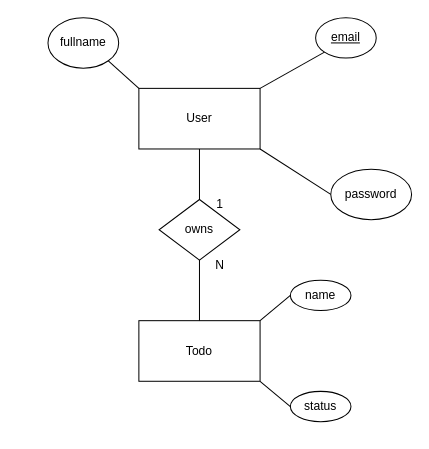
The draw.io diagram db_design.drawio in nijat-akhundzada/papudo, before the edit. Source tidied: cells renumbered, new cells numbered last; positions are measured from the earlier drawing's top-left corner, leaving out a move shared by most shapes. Both pictures are drawn from the tidied source at 101%, with x=0, y=0 at pixel (47, 17).
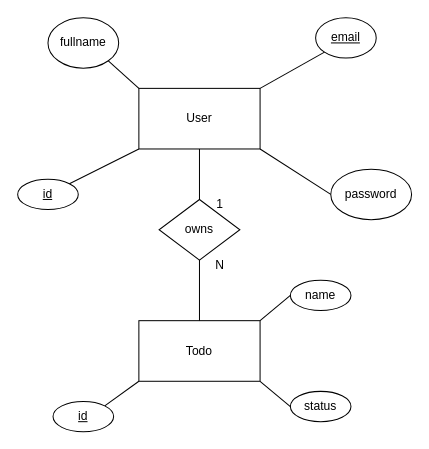
The same diagram, later.

Unchanged cells that the change refers to:
```xml
<mxCell id="2" value="User" style="rounded=0;whiteSpace=wrap;html=1;" parent="1" vertex="1">
  <mxGeometry x="90" y="70" width="120" height="60" as="geometry" />
</mxCell>
<mxCell id="9" value="Todo" style="whiteSpace=wrap;html=1;" parent="1" vertex="1">
  <mxGeometry x="90" y="300" width="120" height="60" as="geometry" />
</mxCell>
```

The edit, as a diff of the source:
```diff
@@
+    <mxCell id="19" value="&lt;u&gt;id&lt;/u&gt;" style="ellipse;whiteSpace=wrap;html=1;" parent="1" vertex="1">
+      <mxGeometry x="5" y="380" width="60" height="30" as="geometry" />
+    </mxCell>
+    <mxCell id="20" style="endArrow=none;html=1;exitX=0;exitY=1;exitDx=0;exitDy=0;entryX=1;entryY=0;entryDx=0;entryDy=0;" parent="1" edge="1" source="9" target="19">
+      <mxGeometry relative="1" as="geometry" />
+    </mxCell>
+    <mxCell id="21" value="&lt;u&gt;id&lt;/u&gt;" style="ellipse;whiteSpace=wrap;html=1;" parent="1" vertex="1">
+      <mxGeometry x="-30" y="160" width="60" height="30" as="geometry" />
+    </mxCell>
+    <mxCell id="22" style="endArrow=none;html=1;exitX=0;exitY=1;exitDx=0;exitDy=0;entryX=1;entryY=0;entryDx=0;entryDy=0;" parent="1" edge="1" source="2" target="21">
+      <mxGeometry relative="1" as="geometry" />
+    </mxCell>
```
